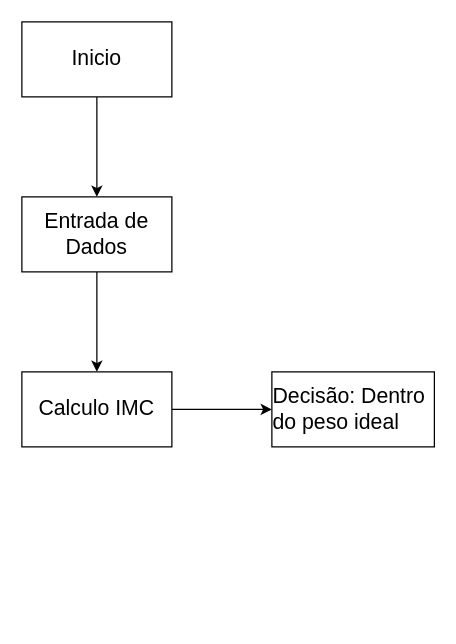
Earlier version of the draw.io diagram src/components/pages/Diagrama sem nome.drawio (joaopedro-wq/VitalityPLus). Source tidied: cells renumbered, new cells numbered last; positions are measured from the earlier drawing's top-left corner, leaving out a move shared by most shapes. Both pictures are drawn from the tidied source at 125%, with x=0, y=0 at pixel (21, 21).
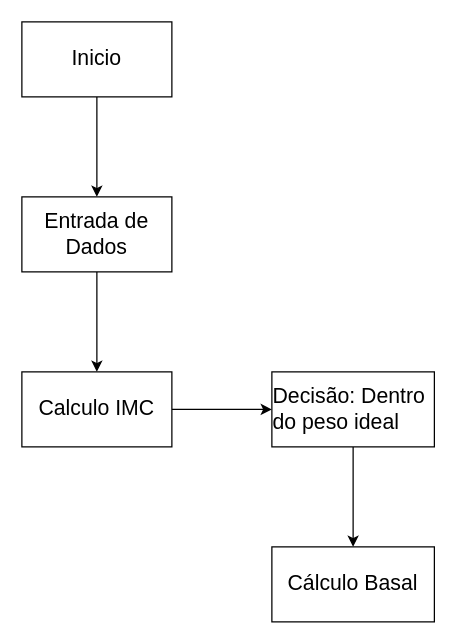
After the change.

The edit, as a diff of the source:
```diff
@@
 <mxGraphModel>
   <root>
     <mxCell id="0" />
     <mxCell id="1" parent="0" />
     <mxCell id="2" style="edgeStyle=orthogonalEdgeStyle;rounded=0;jettySize=auto;html=1;" parent="1" edge="1" source="3" target="5">
       <mxGeometry relative="1" as="geometry" />
     </mxCell>
     <mxCell id="3" value="&lt;font style=&quot;font-size: 17px;&quot;&gt;Inicio&lt;/font&gt;" style="rounded=0;whiteSpace=wrap;html=1;" parent="1" vertex="1">
       <mxGeometry width="120" height="60" as="geometry" />
     </mxCell>
     <mxCell id="4" style="edgeStyle=orthogonalEdgeStyle;rounded=0;jettySize=auto;html=1;" parent="1" edge="1" source="5" target="7">
       <mxGeometry relative="1" as="geometry" />
     </mxCell>
     <mxCell id="5" value="&lt;font style=&quot;font-size: 17px;&quot;&gt;Entrada de Dados &lt;/font&gt;" style="rounded=0;whiteSpace=wrap;html=1;" parent="1" vertex="1">
       <mxGeometry y="140" width="120" height="60" as="geometry" />
     </mxCell>
     <mxCell id="6" style="edgeStyle=orthogonalEdgeStyle;rounded=0;jettySize=auto;html=1;" parent="1" edge="1" source="7" target="8">
       <mxGeometry relative="1" as="geometry" />
     </mxCell>
     <mxCell id="7" value="&lt;font style=&quot;font-size: 17px;&quot;&gt;Calculo IMC&lt;/font&gt;" style="rounded=0;whiteSpace=wrap;html=1;" parent="1" vertex="1">
       <mxGeometry y="280" width="120" height="60" as="geometry" />
     </mxCell>
+    <mxCell id="9" style="edgeStyle=orthogonalEdgeStyle;rounded=0;jettySize=auto;html=1;" parent="1" edge="1" source="8" target="10">
+      <mxGeometry relative="1" as="geometry" />
+    </mxCell>
     <mxCell id="8" value="&lt;div style=&quot;text-align: left;&quot;&gt;&lt;span style=&quot;background-color: initial;&quot;&gt;&lt;font style=&quot;font-size: 17px;&quot;&gt;Decisão: Dentro do peso ideal&lt;/font&gt;&lt;/span&gt;&lt;/div&gt;" style="rounded=0;whiteSpace=wrap;html=1;" parent="1" vertex="1">
       <mxGeometry x="200" y="280" width="130" height="60" as="geometry" />
     </mxCell>
+    <mxCell id="10" value="&lt;div style=&quot;text-align: left;&quot;&gt;&lt;font style=&quot;font-size: 17px;&quot;&gt;Cálculo Basal&lt;/font&gt;&lt;br&gt;&lt;/div&gt;" style="rounded=0;whiteSpace=wrap;html=1;" parent="1" vertex="1">
+      <mxGeometry x="200" y="420" width="130" height="60" as="geometry" />
+    </mxCell>
   </root>
 </mxGraphModel>
```
